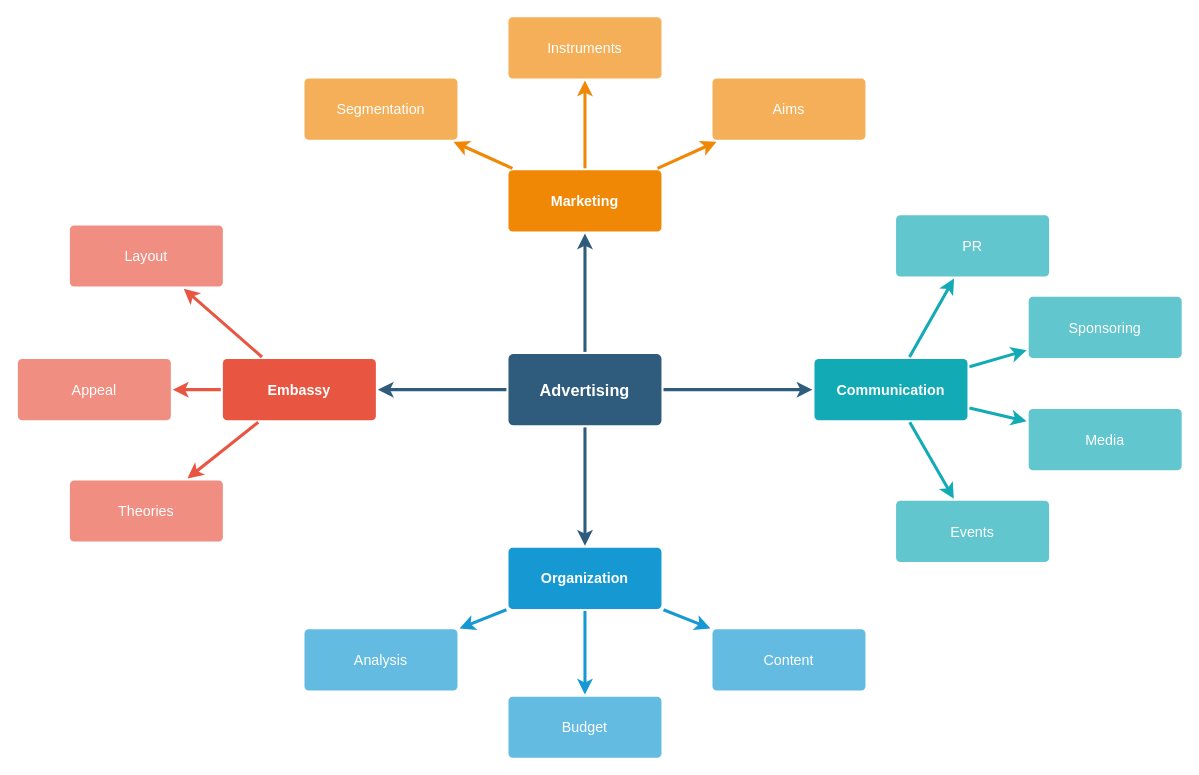
The draw.io diagram Untitled Diagram.drawio in Lukexll/Projeto-Engenharia-de-Software, before the edit. Source tidied: cells renumbered, new cells numbered last; positions are measured from the earlier drawing's top-left corner, leaving out a move shared by most shapes. Both pictures are drawn from the tidied source at 102%, with x=0, y=0 at pixel (17, 16).
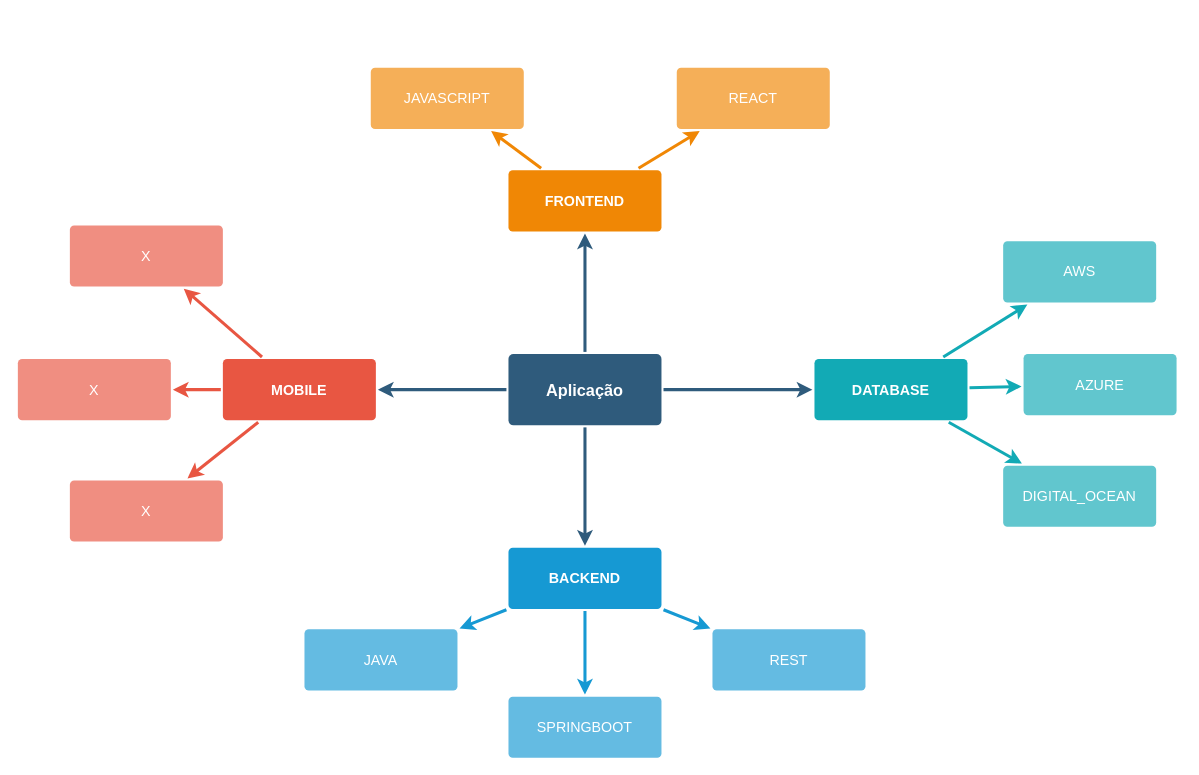
After the change.

Commit message:
DIAGRAMA DE TECNOLOGIAS

What changed in the source:
```diff
@@
-    <mxCell id="6" value="Advertising" style="rounded=1;whiteSpace=wrap;html=1;shadow=0;labelBackgroundColor=none;strokeColor=none;strokeWidth=3;fillColor=#2F5B7C;fontFamily=Helvetica;fontSize=16;fontColor=#FFFFFF;align=center;fontStyle=1;spacing=5;arcSize=7;perimeterSpacing=2;" parent="1" vertex="1">
+    <mxCell id="6" value="Aplicação" style="rounded=1;whiteSpace=wrap;html=1;shadow=0;labelBackgroundColor=none;strokeColor=none;strokeWidth=3;fillColor=#2F5B7C;fontFamily=Helvetica;fontSize=16;fontColor=#FFFFFF;align=center;fontStyle=1;spacing=5;arcSize=7;perimeterSpacing=2;" parent="1" vertex="1">
       <mxGeometry x="481" y="330.5" width="150" height="70" as="geometry" />
     </mxCell>
@@
-    <mxCell id="10" value="Embassy" style="rounded=1;whiteSpace=wrap;html=1;shadow=0;labelBackgroundColor=none;strokeColor=none;strokeWidth=3;fillColor=#e85642;fontFamily=Helvetica;fontSize=14;fontColor=#FFFFFF;align=center;spacing=5;fontStyle=1;arcSize=7;perimeterSpacing=2;" parent="1" vertex="1">
+    <mxCell id="10" value="MOBILE" style="rounded=1;whiteSpace=wrap;html=1;shadow=0;labelBackgroundColor=none;strokeColor=none;strokeWidth=3;fillColor=#e85642;fontFamily=Helvetica;fontSize=14;fontColor=#FFFFFF;align=center;spacing=5;fontStyle=1;arcSize=7;perimeterSpacing=2;" parent="1" vertex="1">
       <mxGeometry x="201" y="335.5" width="150" height="60" as="geometry" />
     </mxCell>
-    <mxCell id="11" value="Theories" style="rounded=1;whiteSpace=wrap;html=1;shadow=0;labelBackgroundColor=none;strokeColor=none;strokeWidth=3;fillColor=#f08e81;fontFamily=Helvetica;fontSize=14;fontColor=#FFFFFF;align=center;spacing=5;fontStyle=0;arcSize=7;perimeterSpacing=2;" parent="1" vertex="1">
+    <mxCell id="11" value="X" style="rounded=1;whiteSpace=wrap;html=1;shadow=0;labelBackgroundColor=none;strokeColor=none;strokeWidth=3;fillColor=#f08e81;fontFamily=Helvetica;fontSize=14;fontColor=#FFFFFF;align=center;spacing=5;fontStyle=0;arcSize=7;perimeterSpacing=2;" parent="1" vertex="1">
       <mxGeometry x="51" y="454.5" width="150" height="60" as="geometry" />
     </mxCell>
-    <mxCell id="12" value="Appeal" style="rounded=1;whiteSpace=wrap;html=1;shadow=0;labelBackgroundColor=none;strokeColor=none;strokeWidth=3;fillColor=#f08e81;fontFamily=Helvetica;fontSize=14;fontColor=#FFFFFF;align=center;spacing=5;fontStyle=0;arcSize=7;perimeterSpacing=2;" parent="1" vertex="1">
+    <mxCell id="12" value="X" style="rounded=1;whiteSpace=wrap;html=1;shadow=0;labelBackgroundColor=none;strokeColor=none;strokeWidth=3;fillColor=#f08e81;fontFamily=Helvetica;fontSize=14;fontColor=#FFFFFF;align=center;spacing=5;fontStyle=0;arcSize=7;perimeterSpacing=2;" parent="1" vertex="1">
       <mxGeometry y="335.5" width="150" height="60" as="geometry" />
     </mxCell>
-    <mxCell id="13" value="Layout" style="rounded=1;whiteSpace=wrap;html=1;shadow=0;labelBackgroundColor=none;strokeColor=none;strokeWidth=3;fillColor=#f08e81;fontFamily=Helvetica;fontSize=14;fontColor=#FFFFFF;align=center;spacing=5;fontStyle=0;arcSize=7;perimeterSpacing=2;" parent="1" vertex="1">
+    <mxCell id="13" value="X" style="rounded=1;whiteSpace=wrap;html=1;shadow=0;labelBackgroundColor=none;strokeColor=none;strokeWidth=3;fillColor=#f08e81;fontFamily=Helvetica;fontSize=14;fontColor=#FFFFFF;align=center;spacing=5;fontStyle=0;arcSize=7;perimeterSpacing=2;" parent="1" vertex="1">
       <mxGeometry x="51" y="204.5" width="150" height="60" as="geometry" />
     </mxCell>
@@
-    <mxCell id="17" value="Organization" style="rounded=1;whiteSpace=wrap;html=1;shadow=0;labelBackgroundColor=none;strokeColor=none;strokeWidth=3;fillColor=#1699d3;fontFamily=Helvetica;fontSize=14;fontColor=#FFFFFF;align=center;spacing=5;fontStyle=1;arcSize=7;perimeterSpacing=2;" parent="1" vertex="1">
+    <mxCell id="17" value="BACKEND" style="rounded=1;whiteSpace=wrap;html=1;shadow=0;labelBackgroundColor=none;strokeColor=none;strokeWidth=3;fillColor=#1699d3;fontFamily=Helvetica;fontSize=14;fontColor=#FFFFFF;align=center;spacing=5;fontStyle=1;arcSize=7;perimeterSpacing=2;" parent="1" vertex="1">
       <mxGeometry x="481" y="520.5" width="150" height="60" as="geometry" />
     </mxCell>
-    <mxCell id="18" value="Content" style="rounded=1;whiteSpace=wrap;html=1;shadow=0;labelBackgroundColor=none;strokeColor=none;strokeWidth=3;fillColor=#64bbe2;fontFamily=Helvetica;fontSize=14;fontColor=#FFFFFF;align=center;spacing=5;arcSize=7;perimeterSpacing=2;" parent="1" vertex="1">
+    <mxCell id="18" value="REST" style="rounded=1;whiteSpace=wrap;html=1;shadow=0;labelBackgroundColor=none;strokeColor=none;strokeWidth=3;fillColor=#64bbe2;fontFamily=Helvetica;fontSize=14;fontColor=#FFFFFF;align=center;spacing=5;arcSize=7;perimeterSpacing=2;" parent="1" vertex="1">
       <mxGeometry x="681" y="600.5" width="150" height="60" as="geometry" />
     </mxCell>
-    <mxCell id="19" value="Budget" style="rounded=1;whiteSpace=wrap;html=1;shadow=0;labelBackgroundColor=none;strokeColor=none;strokeWidth=3;fillColor=#64bbe2;fontFamily=Helvetica;fontSize=14;fontColor=#FFFFFF;align=center;spacing=5;arcSize=7;perimeterSpacing=2;" parent="1" vertex="1">
+    <mxCell id="19" value="SPRINGBOOT" style="rounded=1;whiteSpace=wrap;html=1;shadow=0;labelBackgroundColor=none;strokeColor=none;strokeWidth=3;fillColor=#64bbe2;fontFamily=Helvetica;fontSize=14;fontColor=#FFFFFF;align=center;spacing=5;arcSize=7;perimeterSpacing=2;" parent="1" vertex="1">
       <mxGeometry x="481" y="666.5" width="150" height="60" as="geometry" />
     </mxCell>
-    <mxCell id="20" value="Analysis" style="rounded=1;whiteSpace=wrap;html=1;shadow=0;labelBackgroundColor=none;strokeColor=none;strokeWidth=3;fillColor=#64bbe2;fontFamily=Helvetica;fontSize=14;fontColor=#FFFFFF;align=center;spacing=5;arcSize=7;perimeterSpacing=2;" parent="1" vertex="1">
+    <mxCell id="20" value="JAVA" style="rounded=1;whiteSpace=wrap;html=1;shadow=0;labelBackgroundColor=none;strokeColor=none;strokeWidth=3;fillColor=#64bbe2;fontFamily=Helvetica;fontSize=14;fontColor=#FFFFFF;align=center;spacing=5;arcSize=7;perimeterSpacing=2;" parent="1" vertex="1">
       <mxGeometry x="281" y="600.5" width="150" height="60" as="geometry" />
     </mxCell>
-    <mxCell id="21" value="Marketing" style="rounded=1;whiteSpace=wrap;html=1;shadow=0;labelBackgroundColor=none;strokeColor=none;strokeWidth=3;fillColor=#F08705;fontFamily=Helvetica;fontSize=14;fontColor=#FFFFFF;align=center;spacing=5;fontStyle=1;arcSize=7;perimeterSpacing=2;" parent="1" vertex="1">
+    <mxCell id="21" value="FRONTEND" style="rounded=1;whiteSpace=wrap;html=1;shadow=0;labelBackgroundColor=none;strokeColor=none;strokeWidth=3;fillColor=#F08705;fontFamily=Helvetica;fontSize=14;fontColor=#FFFFFF;align=center;spacing=5;fontStyle=1;arcSize=7;perimeterSpacing=2;" parent="1" vertex="1">
       <mxGeometry x="481" y="150.5" width="150" height="60" as="geometry" />
     </mxCell>
-    <mxCell id="22" value="Aims&lt;br&gt;" style="rounded=1;whiteSpace=wrap;html=1;shadow=0;labelBackgroundColor=none;strokeColor=none;strokeWidth=3;fillColor=#f5af58;fontFamily=Helvetica;fontSize=14;fontColor=#FFFFFF;align=center;spacing=5;arcSize=7;perimeterSpacing=2;" parent="1" vertex="1">
-      <mxGeometry x="681" y="60.5" width="150" height="60" as="geometry" />
+    <mxCell id="22" value="REACT" style="rounded=1;whiteSpace=wrap;html=1;shadow=0;labelBackgroundColor=none;strokeColor=none;strokeWidth=3;fillColor=#f5af58;fontFamily=Helvetica;fontSize=14;fontColor=#FFFFFF;align=center;spacing=5;arcSize=7;perimeterSpacing=2;" parent="1" vertex="1">
+      <mxGeometry x="646" y="50" width="150" height="60" as="geometry" />
     </mxCell>
@@
-    <mxCell id="24" value="Instruments" style="rounded=1;whiteSpace=wrap;html=1;shadow=0;labelBackgroundColor=none;strokeColor=none;strokeWidth=3;fillColor=#f5af58;fontFamily=Helvetica;fontSize=14;fontColor=#FFFFFF;align=center;spacing=5;arcSize=7;perimeterSpacing=2;" parent="1" vertex="1">
-      <mxGeometry x="481" y="0.5" width="150" height="60" as="geometry" />
+    <mxCell id="24" value="JAVASCRIPT" style="rounded=1;whiteSpace=wrap;html=1;shadow=0;labelBackgroundColor=none;strokeColor=none;strokeWidth=3;fillColor=#f5af58;fontFamily=Helvetica;fontSize=14;fontColor=#FFFFFF;align=center;spacing=5;arcSize=7;perimeterSpacing=2;" parent="1" vertex="1">
+      <mxGeometry x="346" y="50" width="150" height="60" as="geometry" />
     </mxCell>
@@
-    <mxCell id="26" value="Segmentation" style="rounded=1;whiteSpace=wrap;html=1;shadow=0;labelBackgroundColor=none;strokeColor=none;strokeWidth=3;fillColor=#f5af58;fontFamily=Helvetica;fontSize=14;fontColor=#FFFFFF;align=center;spacing=5;arcSize=7;perimeterSpacing=2;" parent="1" vertex="1">
-      <mxGeometry x="281" y="60.5" width="150" height="60" as="geometry" />
-    </mxCell>
-    <mxCell id="27" style="edgeStyle=none;rounded=0;jumpStyle=none;html=1;shadow=0;labelBackgroundColor=none;startArrow=none;startFill=0;endArrow=classic;endFill=1;jettySize=auto;strokeColor=#F08705;strokeWidth=3;fontFamily=Helvetica;fontSize=14;fontColor=#FFFFFF;spacing=5;" parent="1" edge="1" source="21" target="26">
-      <mxGeometry relative="1" as="geometry" />
-    </mxCell>
-    <mxCell id="28" value="Communication" style="rounded=1;whiteSpace=wrap;html=1;shadow=0;labelBackgroundColor=none;strokeColor=none;strokeWidth=3;fillColor=#12aab5;fontFamily=Helvetica;fontSize=14;fontColor=#FFFFFF;align=center;spacing=5;fontStyle=1;arcSize=7;perimeterSpacing=2;" parent="1" vertex="1">
+    <mxCell id="28" value="DATABASE" style="rounded=1;whiteSpace=wrap;html=1;shadow=0;labelBackgroundColor=none;strokeColor=none;strokeWidth=3;fillColor=#12aab5;fontFamily=Helvetica;fontSize=14;fontColor=#FFFFFF;align=center;spacing=5;fontStyle=1;arcSize=7;perimeterSpacing=2;" parent="1" vertex="1">
       <mxGeometry x="781" y="335.5" width="150" height="60" as="geometry" />
     </mxCell>
-    <mxCell id="29" value="Events" style="rounded=1;whiteSpace=wrap;html=1;shadow=0;labelBackgroundColor=none;strokeColor=none;strokeWidth=3;fillColor=#61c6ce;fontFamily=Helvetica;fontSize=14;fontColor=#FFFFFF;align=center;spacing=5;fontStyle=0;arcSize=7;perimeterSpacing=2;" parent="1" vertex="1">
-      <mxGeometry x="861" y="474.5" width="150" height="60" as="geometry" />
-    </mxCell>
-    <mxCell id="30" style="edgeStyle=none;rounded=1;jumpStyle=none;html=1;shadow=0;labelBackgroundColor=none;startArrow=none;startFill=0;jettySize=auto;strokeColor=#12AAB5;strokeWidth=3;fontFamily=Helvetica;fontSize=14;fontColor=#FFFFFF;spacing=5;fontStyle=1;fillColor=#b0e3e6;" parent="1" edge="1" source="28" target="29">
-      <mxGeometry relative="1" as="geometry" />
-    </mxCell>
-    <mxCell id="31" value="Media" style="rounded=1;whiteSpace=wrap;html=1;shadow=0;labelBackgroundColor=none;strokeColor=none;strokeWidth=3;fillColor=#61c6ce;fontFamily=Helvetica;fontSize=14;fontColor=#FFFFFF;align=center;spacing=5;fontStyle=0;arcSize=7;perimeterSpacing=2;" parent="1" vertex="1">
-      <mxGeometry x="991" y="384.5" width="150" height="60" as="geometry" />
+    <mxCell id="31" value="DIGITAL_OCEAN" style="rounded=1;whiteSpace=wrap;html=1;shadow=0;labelBackgroundColor=none;strokeColor=none;strokeWidth=3;fillColor=#61c6ce;fontFamily=Helvetica;fontSize=14;fontColor=#FFFFFF;align=center;spacing=5;fontStyle=0;arcSize=7;perimeterSpacing=2;" parent="1" vertex="1">
+      <mxGeometry x="966" y="440" width="150" height="60" as="geometry" />
     </mxCell>
@@
-    <mxCell id="33" value="Sponsoring" style="rounded=1;whiteSpace=wrap;html=1;shadow=0;labelBackgroundColor=none;strokeColor=none;strokeWidth=3;fillColor=#61c6ce;fontFamily=Helvetica;fontSize=14;fontColor=#FFFFFF;align=center;spacing=5;fontStyle=0;arcSize=7;perimeterSpacing=2;" parent="1" vertex="1">
-      <mxGeometry x="991" y="274.5" width="150" height="60" as="geometry" />
+    <mxCell id="33" value="AZURE" style="rounded=1;whiteSpace=wrap;html=1;shadow=0;labelBackgroundColor=none;strokeColor=none;strokeWidth=3;fillColor=#61c6ce;fontFamily=Helvetica;fontSize=14;fontColor=#FFFFFF;align=center;spacing=5;fontStyle=0;arcSize=7;perimeterSpacing=2;" parent="1" vertex="1">
+      <mxGeometry x="986" y="330.5" width="150" height="60" as="geometry" />
     </mxCell>
@@
-    <mxCell id="35" value="PR" style="rounded=1;whiteSpace=wrap;html=1;shadow=0;labelBackgroundColor=none;strokeColor=none;strokeWidth=3;fillColor=#61c6ce;fontFamily=Helvetica;fontSize=14;fontColor=#FFFFFF;align=center;spacing=5;fontStyle=0;arcSize=7;perimeterSpacing=2;" parent="1" vertex="1">
-      <mxGeometry x="861" y="194.5" width="150" height="60" as="geometry" />
+    <mxCell id="35" value="AWS" style="rounded=1;whiteSpace=wrap;html=1;shadow=0;labelBackgroundColor=none;strokeColor=none;strokeWidth=3;fillColor=#61c6ce;fontFamily=Helvetica;fontSize=14;fontColor=#FFFFFF;align=center;spacing=5;fontStyle=0;arcSize=7;perimeterSpacing=2;" parent="1" vertex="1">
+      <mxGeometry x="966" y="220" width="150" height="60" as="geometry" />
     </mxCell>
```
